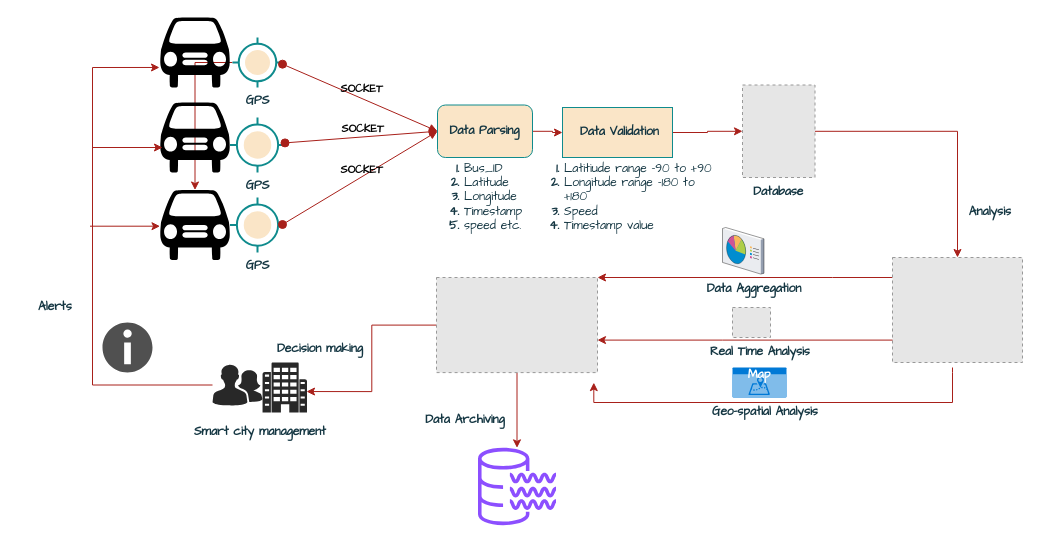
Above: Untitled Diagram.drawio in Mohithkg/mynewrepo (draw.io), before the change. Source tidied: cells renumbered, new cells numbered last; positions are measured from the earlier drawing's top-left corner, leaving out a move shared by most shapes. Both pictures are drawn from the tidied source at 100%, with x=0, y=0 at pixel (17, 17). Pictures stored in the file or linked from it are replaced by grey dashed boxes.
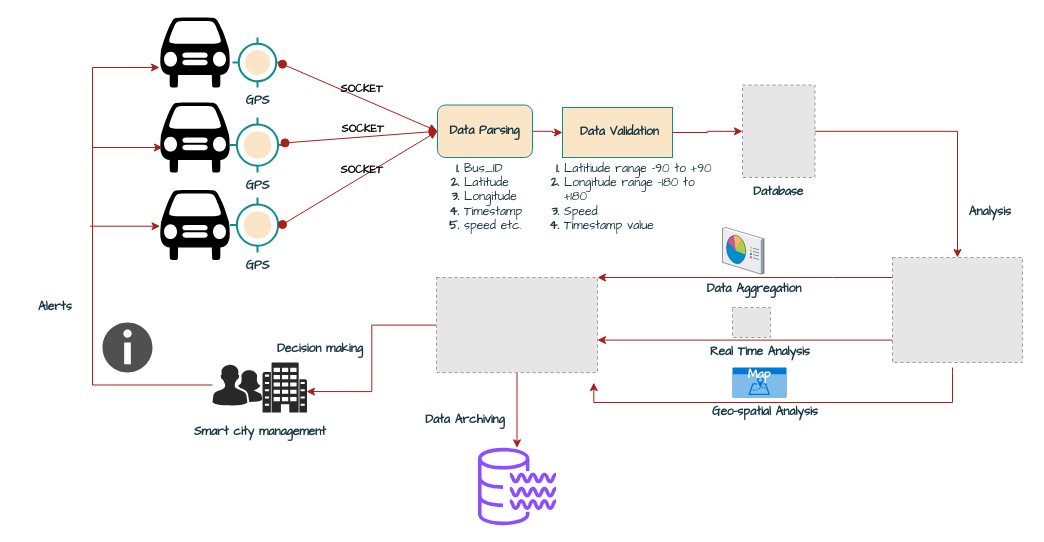
After the change.

The change refers to these unchanged cells:
```xml
<mxCell id="3" value="GPS" style="html=1;dashed=0;verticalLabelPosition=bottom;verticalAlign=top;align=center;shape=mxgraph.gmdl.gps;shadow=0;strokeWidth=2;sketch=0;labelBackgroundColor=none;rounded=1;fillColor=#FAE5C7;strokeColor=#0F8B8D;fontColor=#143642;fontFamily=Comic Sans MS;fontStyle=1;" parent="1" vertex="1">
  <mxGeometry x="215" y="20" width="50" height="50" as="geometry" />
</mxCell>
<mxCell id="40" style="shape=mxgraph.signs.transportation.car_1;html=1;fillColor=#000000;strokeColor=none;verticalLabelPosition=bottom;verticalAlign=top;align=center;fontColor=#143642;fontFamily=Comic Sans MS;fontStyle=1;" parent="1" vertex="1">
  <mxGeometry x="142.5" y="172.5" width="70" height="70" as="geometry" />
</mxCell>
```

Diff of the diagram source:
```diff
@@
-    <mxCell id="2" style="edgeStyle=orthogonalEdgeStyle;rounded=0;jettySize=auto;html=1;strokeColor=#A8201A;fontColor=#143642;fillColor=#FAE5C7;fontFamily=Comic Sans MS;fontStyle=1;" parent="1" edge="1" source="3" target="40">
-      <mxGeometry relative="1" as="geometry" />
-    </mxCell>
```
